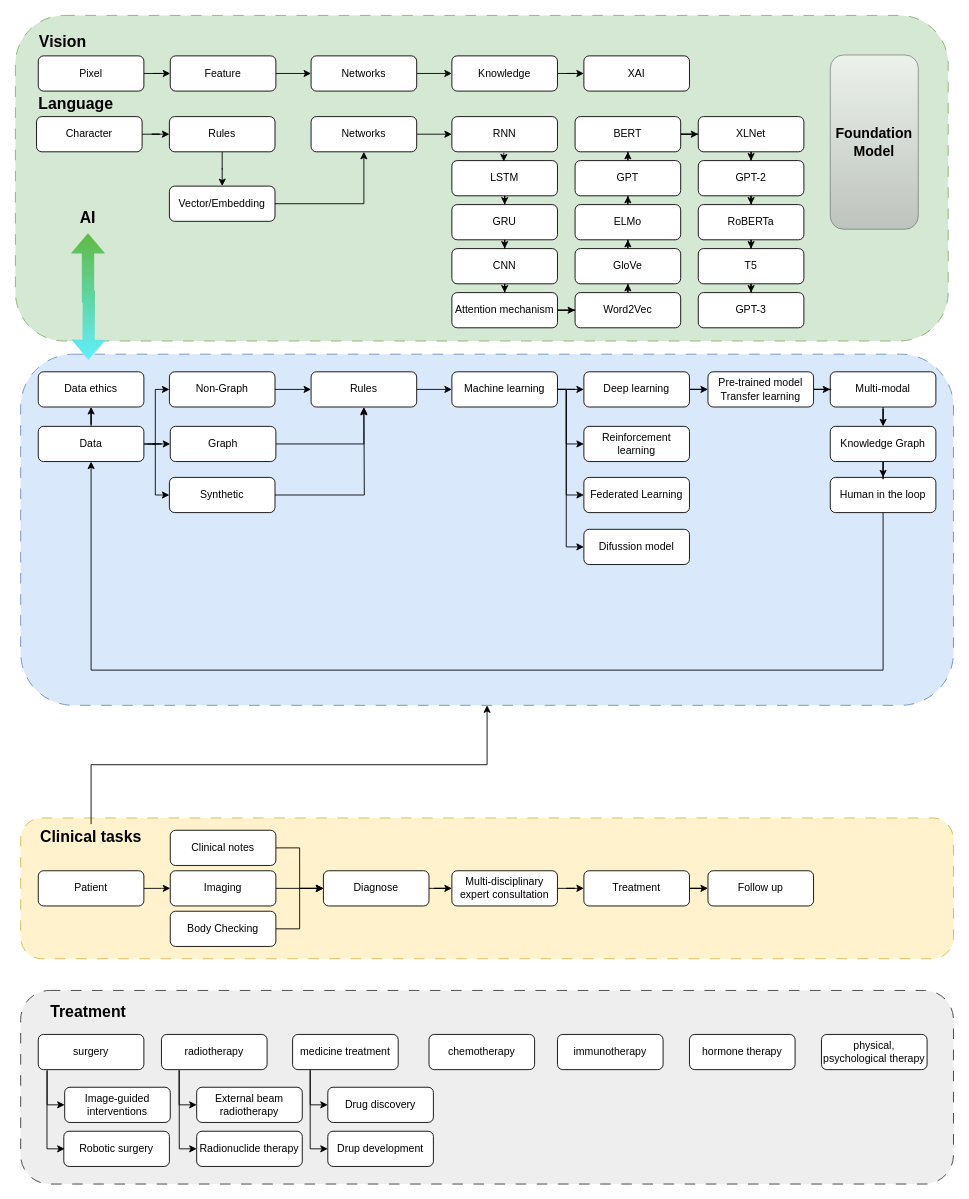
This is page "Career routine" (3 of 7) of Fig_CS/source-file/personal.drawio from jizhang02/Figure-Factory, a draw.io file, before an edit. Source tidied: cells renumbered, new cells numbered last; positions are measured from the earlier drawing's top-left corner, leaving out a move shared by most shapes. Both pictures are drawn from the tidied source at 88%, with x=0, y=0 at pixel (15, 15).
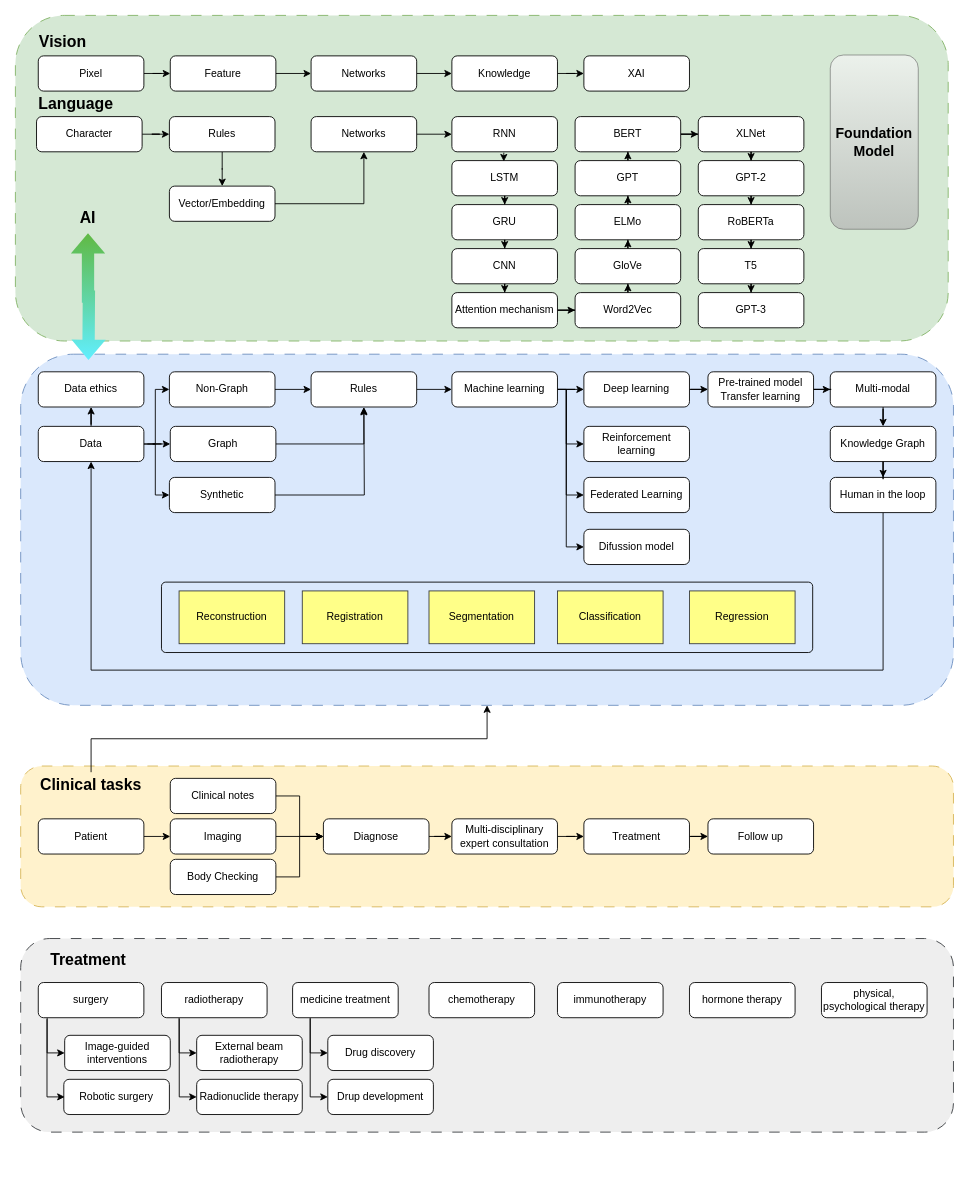
After the change.

Change to the diagram source:
```diff
@@
     <mxCell id="3" style="rounded=1;whiteSpace=wrap;html=1;fillColor=#fff2cc;strokeColor=#d6b656;dashed=1;dashPattern=12 12;" parent="1" vertex="1">
-      <mxGeometry x="6" y="912" width="1060" height="160" as="geometry" />
+      <mxGeometry x="6" y="853" width="1060" height="160" as="geometry" />
     </mxCell>
@@
     <mxCell id="20" value="Imaging" style="rounded=1;whiteSpace=wrap;html=1;" parent="1" vertex="1">
-      <mxGeometry x="176" y="972" width="120" height="40" as="geometry" />
+      <mxGeometry x="176" y="913" width="120" height="40" as="geometry" />
     </mxCell>
@@
     <mxCell id="22" value="Clinical notes" style="rounded=1;whiteSpace=wrap;html=1;" parent="1" vertex="1">
-      <mxGeometry x="176" y="926" width="120" height="40" as="geometry" />
+      <mxGeometry x="176" y="867" width="120" height="40" as="geometry" />
     </mxCell>
@@
     <mxCell id="24" value="Diagnose" style="rounded=1;whiteSpace=wrap;html=1;" parent="1" vertex="1">
-      <mxGeometry x="350" y="972" width="120" height="40" as="geometry" />
+      <mxGeometry x="350" y="913" width="120" height="40" as="geometry" />
     </mxCell>
@@
     <mxCell id="26" value="Multi-disciplinary expert consultation" style="rounded=1;whiteSpace=wrap;html=1;" parent="1" vertex="1">
-      <mxGeometry x="496" y="972" width="120" height="40" as="geometry" />
+      <mxGeometry x="496" y="913" width="120" height="40" as="geometry" />
     </mxCell>
@@
     <mxCell id="28" value="Treatment" style="rounded=1;whiteSpace=wrap;html=1;" parent="1" vertex="1">
-      <mxGeometry x="646" y="972" width="120" height="40" as="geometry" />
+      <mxGeometry x="646" y="913" width="120" height="40" as="geometry" />
     </mxCell>
@@
     <mxCell id="80" value="Follow up" style="rounded=1;whiteSpace=wrap;html=1;" parent="1" vertex="1">
-      <mxGeometry x="787" y="972" width="120" height="40" as="geometry" />
+      <mxGeometry x="787" y="913" width="120" height="40" as="geometry" />
     </mxCell>
@@
     <mxCell id="82" value="Body Checking" style="rounded=1;whiteSpace=wrap;html=1;" parent="1" vertex="1">
-      <mxGeometry x="176" y="1018" width="120" height="40" as="geometry" />
+      <mxGeometry x="176" y="959" width="120" height="40" as="geometry" />
     </mxCell>
@@
     <mxCell id="92" value="&lt;font style=&quot;font-size: 18px;&quot;&gt;&lt;b&gt;Clinical tasks&lt;/b&gt;&lt;/font&gt;" style="text;html=1;strokeColor=none;fillColor=none;align=center;verticalAlign=middle;whiteSpace=wrap;rounded=0;" parent="1" vertex="1">
-      <mxGeometry x="26" y="919" width="120" height="30" as="geometry" />
+      <mxGeometry x="26" y="860" width="120" height="30" as="geometry" />
     </mxCell>
@@
     <mxCell id="95" style="edgeStyle=orthogonalEdgeStyle;rounded=0;jettySize=auto;html=1;" parent="1" edge="1" source="96">
       <mxGeometry relative="1" as="geometry">
-        <mxPoint x="176" y="992" as="targetPoint" />
+        <mxPoint x="176" y="933" as="targetPoint" />
       </mxGeometry>
     </mxCell>
     <mxCell id="96" value="Patient" style="rounded=1;whiteSpace=wrap;html=1;" parent="1" vertex="1">
-      <mxGeometry x="26" y="972" width="120" height="40" as="geometry" />
+      <mxGeometry x="26" y="913" width="120" height="40" as="geometry" />
     </mxCell>
@@
     <mxCell id="103" style="rounded=1;whiteSpace=wrap;html=1;fillColor=#eeeeee;strokeColor=#36393d;dashed=1;dashPattern=12 12;" parent="1" vertex="1">
-      <mxGeometry x="6" y="1108" width="1060" height="220" as="geometry" />
+      <mxGeometry x="6" y="1049" width="1060" height="220" as="geometry" />
     </mxCell>
     <mxCell id="104" value="&lt;font style=&quot;font-size: 18px;&quot;&gt;&lt;b&gt;Treatment&lt;/b&gt;&lt;/font&gt;" style="text;html=1;strokeColor=none;fillColor=none;align=center;verticalAlign=middle;whiteSpace=wrap;rounded=0;" parent="1" vertex="1">
-      <mxGeometry x="22.5" y="1118" width="120" height="30" as="geometry" />
+      <mxGeometry x="22.5" y="1059" width="120" height="30" as="geometry" />
     </mxCell>
     <mxCell id="105" style="edgeStyle=orthogonalEdgeStyle;rounded=0;jettySize=auto;html=1;entryX=0;entryY=0.5;entryDx=0;entryDy=0;exitX=0.084;exitY=0.998;exitDx=0;exitDy=0;exitPerimeter=0;" parent="1" edge="1" source="106" target="115">
       <mxGeometry relative="1" as="geometry">
         <Array as="points">
-          <mxPoint x="36" y="1238" />
+          <mxPoint x="36" y="1179" />
         </Array>
       </mxGeometry>
     </mxCell>
     <mxCell id="106" value="surgery" style="rounded=1;whiteSpace=wrap;html=1;" parent="1" vertex="1">
-      <mxGeometry x="26" y="1158" width="120" height="40" as="geometry" />
+      <mxGeometry x="26" y="1099" width="120" height="40" as="geometry" />
     </mxCell>
     <mxCell id="107" style="edgeStyle=orthogonalEdgeStyle;rounded=0;jettySize=auto;html=1;entryX=0;entryY=0.5;entryDx=0;entryDy=0;" parent="1" edge="1" source="108" target="118">
       <mxGeometry relative="1" as="geometry">
         <Array as="points">
-          <mxPoint x="186" y="1238" />
+          <mxPoint x="186" y="1179" />
         </Array>
       </mxGeometry>
     </mxCell>
     <mxCell id="108" value="radiotherapy" style="rounded=1;whiteSpace=wrap;html=1;" parent="1" vertex="1">
-      <mxGeometry x="166" y="1158" width="120" height="40" as="geometry" />
+      <mxGeometry x="166" y="1099" width="120" height="40" as="geometry" />
     </mxCell>
     <mxCell id="109" value="chemotherapy" style="rounded=1;whiteSpace=wrap;html=1;" parent="1" vertex="1">
-      <mxGeometry x="470" y="1158" width="120" height="40" as="geometry" />
+      <mxGeometry x="470" y="1099" width="120" height="40" as="geometry" />
     </mxCell>
     <mxCell id="110" value="immunotherapy" style="rounded=1;whiteSpace=wrap;html=1;" parent="1" vertex="1">
-      <mxGeometry x="616" y="1158" width="120" height="40" as="geometry" />
+      <mxGeometry x="616" y="1099" width="120" height="40" as="geometry" />
     </mxCell>
     <mxCell id="111" value="hormone therapy" style="rounded=1;whiteSpace=wrap;html=1;" parent="1" vertex="1">
-      <mxGeometry x="766" y="1158" width="120" height="40" as="geometry" />
+      <mxGeometry x="766" y="1099" width="120" height="40" as="geometry" />
     </mxCell>
     <mxCell id="112" style="edgeStyle=orthogonalEdgeStyle;rounded=0;jettySize=auto;html=1;entryX=0;entryY=0.5;entryDx=0;entryDy=0;" parent="1" edge="1" source="113" target="121">
       <mxGeometry relative="1" as="geometry">
         <Array as="points">
-          <mxPoint x="335" y="1238" />
+          <mxPoint x="335" y="1179" />
         </Array>
       </mxGeometry>
     </mxCell>
     <mxCell id="113" value="medicine treatment" style="rounded=1;whiteSpace=wrap;html=1;" parent="1" vertex="1">
-      <mxGeometry x="315" y="1158" width="120" height="40" as="geometry" />
+      <mxGeometry x="315" y="1099" width="120" height="40" as="geometry" />
     </mxCell>
     <mxCell id="114" value="physical, psychological therapy" style="rounded=1;whiteSpace=wrap;html=1;" parent="1" vertex="1">
-      <mxGeometry x="916" y="1158" width="120" height="40" as="geometry" />
+      <mxGeometry x="916" y="1099" width="120" height="40" as="geometry" />
     </mxCell>
     <mxCell id="115" value="Image-guided interventions" style="rounded=1;whiteSpace=wrap;html=1;" parent="1" vertex="1">
-      <mxGeometry x="56" y="1218" width="120" height="40" as="geometry" />
+      <mxGeometry x="56" y="1159" width="120" height="40" as="geometry" />
     </mxCell>
     <mxCell id="116" value="Robotic surgery" style="rounded=1;whiteSpace=wrap;html=1;" parent="1" vertex="1">
-      <mxGeometry x="55" y="1268" width="120" height="40" as="geometry" />
+      <mxGeometry x="55" y="1209" width="120" height="40" as="geometry" />
     </mxCell>
     <mxCell id="117" style="edgeStyle=orthogonalEdgeStyle;rounded=0;orthogonalLoop=1;jettySize=auto;html=1;exitX=0.091;exitY=1.04;exitDx=0;exitDy=0;exitPerimeter=0;" parent="1" edge="1">
       <mxGeometry relative="1" as="geometry">
-        <mxPoint x="35.9" y="1199.6" as="sourcePoint" />
-        <mxPoint x="56" y="1288" as="targetPoint" />
+        <mxPoint x="35.9" y="1140.6" as="sourcePoint" />
+        <mxPoint x="56" y="1229" as="targetPoint" />
         <Array as="points">
-          <mxPoint x="36" y="1288" />
+          <mxPoint x="36" y="1229" />
         </Array>
       </mxGeometry>
     </mxCell>
     <mxCell id="118" value="External beam radiotherapy" style="rounded=1;whiteSpace=wrap;html=1;" parent="1" vertex="1">
-      <mxGeometry x="206" y="1218" width="120" height="40" as="geometry" />
+      <mxGeometry x="206" y="1159" width="120" height="40" as="geometry" />
     </mxCell>
     <mxCell id="119" value="Radionuclide therapy" style="rounded=1;whiteSpace=wrap;html=1;" parent="1" vertex="1">
-      <mxGeometry x="206" y="1268" width="120" height="40" as="geometry" />
+      <mxGeometry x="206" y="1209" width="120" height="40" as="geometry" />
     </mxCell>
     <mxCell id="120" style="edgeStyle=orthogonalEdgeStyle;rounded=0;orthogonalLoop=1;jettySize=auto;html=1;exitX=0.168;exitY=1.027;exitDx=0;exitDy=0;exitPerimeter=0;" parent="1" edge="1">
       <mxGeometry relative="1" as="geometry">
-        <mxPoint x="186.2" y="1199.1" as="sourcePoint" />
-        <mxPoint x="206" y="1288" as="targetPoint" />
+        <mxPoint x="186.2" y="1140.1" as="sourcePoint" />
+        <mxPoint x="206" y="1229" as="targetPoint" />
         <Array as="points">
-          <mxPoint x="186" y="1288" />
+          <mxPoint x="186" y="1229" />
         </Array>
       </mxGeometry>
     </mxCell>
     <mxCell id="121" value="Drug discovery" style="rounded=1;whiteSpace=wrap;html=1;" parent="1" vertex="1">
-      <mxGeometry x="355" y="1218" width="120" height="40" as="geometry" />
+      <mxGeometry x="355" y="1159" width="120" height="40" as="geometry" />
     </mxCell>
     <mxCell id="122" value="Drup development" style="rounded=1;whiteSpace=wrap;html=1;" parent="1" vertex="1">
-      <mxGeometry x="355" y="1268" width="120" height="40" as="geometry" />
+      <mxGeometry x="355" y="1209" width="120" height="40" as="geometry" />
     </mxCell>
     <mxCell id="123" style="edgeStyle=orthogonalEdgeStyle;rounded=0;jettySize=auto;html=1;entryX=0;entryY=0.5;entryDx=0;entryDy=0;" parent="1" edge="1" target="122">
       <mxGeometry relative="1" as="geometry">
-        <mxPoint x="335" y="1199" as="sourcePoint" />
+        <mxPoint x="335" y="1140" as="sourcePoint" />
         <Array as="points">
-          <mxPoint x="335" y="1199" />
-          <mxPoint x="335" y="1288" />
+          <mxPoint x="335" y="1140" />
+          <mxPoint x="335" y="1229" />
         </Array>
       </mxGeometry>
     </mxCell>
@@
+    <mxCell id="127" style="rounded=1;whiteSpace=wrap;html=1;arcSize=6;fillColor=none;" parent="1" vertex="1">
+      <mxGeometry x="166" y="644" width="740" height="80" as="geometry" />
+    </mxCell>
+    <mxCell id="128" value="Reconstruction" style="rounded=0;whiteSpace=wrap;html=1;fillColor=#ffff88;strokeColor=#36393d;" parent="1" vertex="1">
+      <mxGeometry x="186" y="654" width="120" height="60" as="geometry" />
+    </mxCell>
+    <mxCell id="129" value="Registration" style="rounded=0;whiteSpace=wrap;html=1;fillColor=#ffff88;strokeColor=#36393d;" parent="1" vertex="1">
+      <mxGeometry x="326" y="654" width="120" height="60" as="geometry" />
+    </mxCell>
+    <mxCell id="130" value="Segmentation" style="rounded=0;whiteSpace=wrap;html=1;fillColor=#ffff88;strokeColor=#36393d;" parent="1" vertex="1">
+      <mxGeometry x="470" y="654" width="120" height="60" as="geometry" />
+    </mxCell>
+    <mxCell id="131" value="Classification" style="rounded=0;whiteSpace=wrap;html=1;fillColor=#ffff88;strokeColor=#36393d;" parent="1" vertex="1">
+      <mxGeometry x="616" y="654" width="120" height="60" as="geometry" />
+    </mxCell>
+    <mxCell id="132" value="Regression" style="rounded=0;whiteSpace=wrap;html=1;fillColor=#ffff88;strokeColor=#36393d;" parent="1" vertex="1">
+      <mxGeometry x="766" y="654" width="120" height="60" as="geometry" />
+    </mxCell>
```
